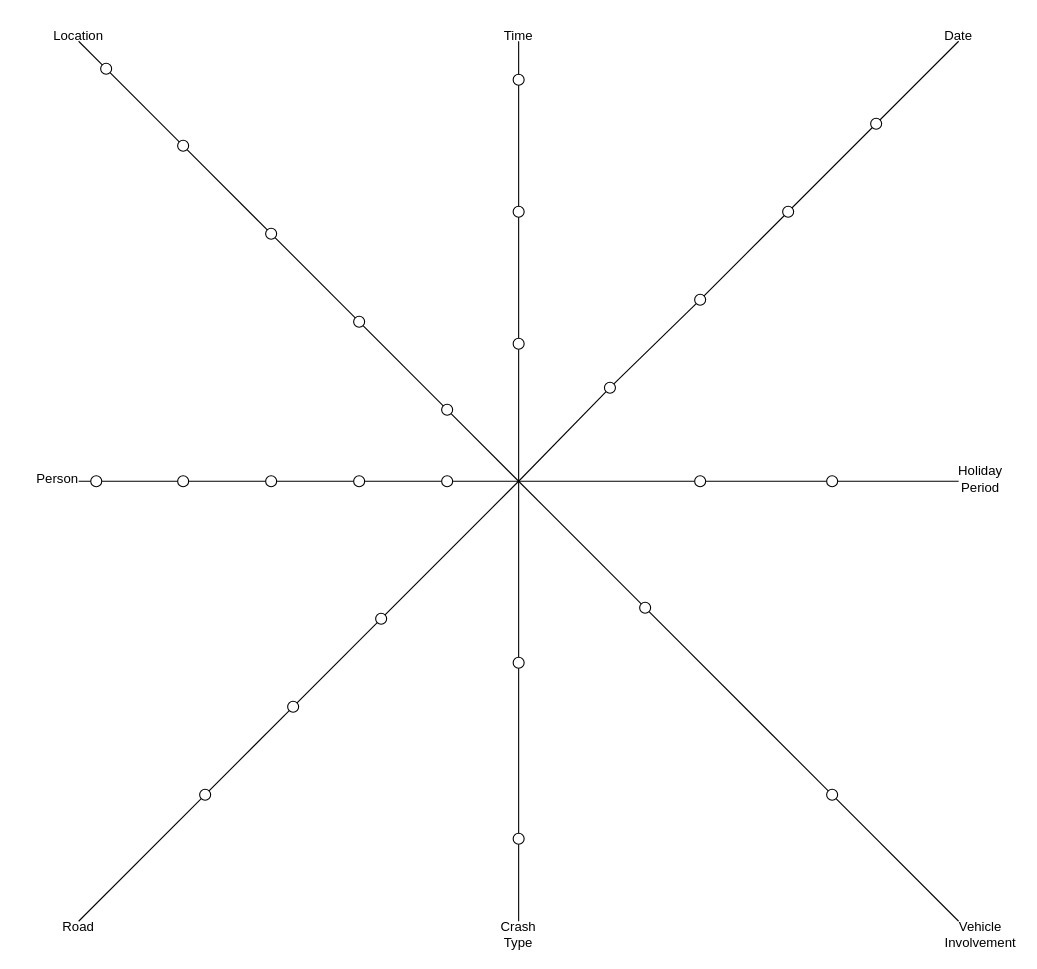
Earlier version of the draw.io diagram Starnet Diagram 2.drawio (NekoTRSH/Drawing). Source tidied: cells renumbered, new cells numbered last; positions are measured from the earlier drawing's top-left corner, leaving out a move shared by most shapes. Both pictures are drawn from the tidied source at 110%, with x=0, y=0 at pixel (24, 19).
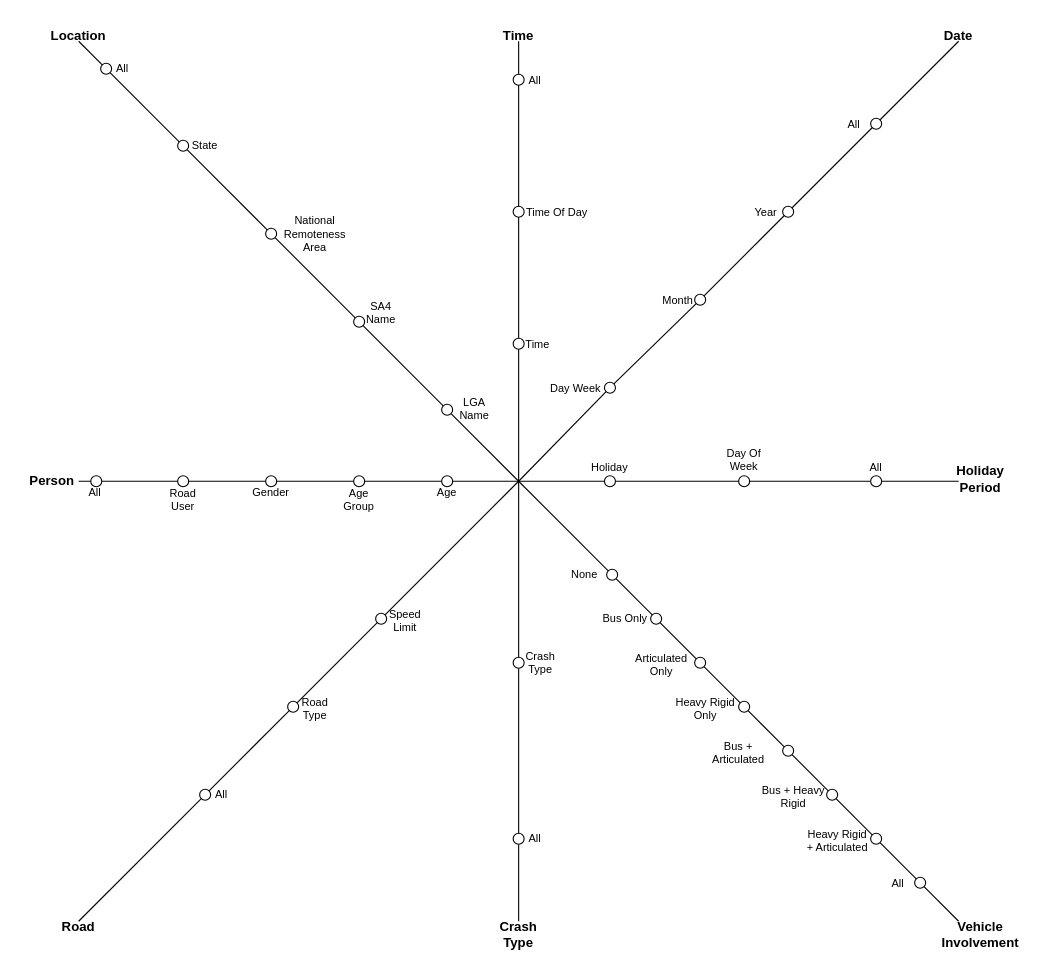
The same page after the edit.

What changed in the source:
```diff
@@
-    <mxCell id="4" style="endArrow=none;html=1;rounded=0;" parent="1" edge="1" source="29">
+    <mxCell id="4" style="endArrow=none;html=1;rounded=0;" parent="1" edge="1" source="65">
       <mxGeometry relative="1" as="geometry">
         <mxPoint x="449" y="420" as="targetPoint" />
       </mxGeometry>
     </mxCell>
@@
-    <mxCell id="8" style="endArrow=none;html=1;rounded=0;" parent="1" edge="1" source="33">
+    <mxCell id="8" style="endArrow=none;html=1;rounded=0;" parent="1" edge="1" source="81">
       <mxGeometry relative="1" as="geometry">
         <mxPoint x="449" y="420" as="targetPoint" />
       </mxGeometry>
     </mxCell>
@@
-    <mxCell id="10" value="Time" style="text;html=1;align=center;verticalAlign=middle;whiteSpace=wrap;rounded=0;" parent="1" vertex="1">
+    <mxCell id="10" value="Time" style="text;html=1;align=center;verticalAlign=middle;whiteSpace=wrap;rounded=0;fontStyle=1;" parent="1" vertex="1">
       <mxGeometry x="419" width="60" height="30" as="geometry" />
     </mxCell>
-    <mxCell id="11" value="Date" style="text;html=1;align=center;verticalAlign=middle;whiteSpace=wrap;rounded=0;" parent="1" vertex="1">
+    <mxCell id="11" value="Date" style="text;html=1;align=center;verticalAlign=middle;whiteSpace=wrap;rounded=0;fontStyle=1;" parent="1" vertex="1">
       <mxGeometry x="819" width="60" height="30" as="geometry" />
     </mxCell>
-    <mxCell id="12" value="Location" style="text;html=1;align=center;verticalAlign=middle;whiteSpace=wrap;rounded=0;" parent="1" vertex="1">
+    <mxCell id="12" value="Location" style="text;html=1;align=center;verticalAlign=middle;whiteSpace=wrap;rounded=0;fontStyle=1;" parent="1" vertex="1">
       <mxGeometry x="19" width="60" height="30" as="geometry" />
     </mxCell>
-    <mxCell id="13" value="Person" style="text;html=1;align=center;verticalAlign=middle;whiteSpace=wrap;rounded=0;" parent="1" vertex="1">
-      <mxGeometry y="403" width="60" height="30" as="geometry" />
+    <mxCell id="13" value="Person" style="text;html=1;align=center;verticalAlign=middle;whiteSpace=wrap;rounded=0;fontStyle=1;" parent="1" vertex="1">
+      <mxGeometry x="-5" y="405" width="60" height="30" as="geometry" />
     </mxCell>
-    <mxCell id="14" value="Road" style="text;html=1;align=center;verticalAlign=middle;whiteSpace=wrap;rounded=0;" parent="1" vertex="1">
+    <mxCell id="14" value="Road" style="text;html=1;align=center;verticalAlign=middle;whiteSpace=wrap;rounded=0;fontStyle=1;" parent="1" vertex="1">
       <mxGeometry x="19" y="810" width="60" height="30" as="geometry" />
     </mxCell>
-    <mxCell id="15" value="Crash Type" style="text;html=1;align=center;verticalAlign=middle;whiteSpace=wrap;rounded=0;" parent="1" vertex="1">
+    <mxCell id="15" value="Crash Type" style="text;html=1;align=center;verticalAlign=middle;whiteSpace=wrap;rounded=0;fontStyle=1;" parent="1" vertex="1">
       <mxGeometry x="419" y="817" width="60" height="30" as="geometry" />
     </mxCell>
-    <mxCell id="16" value="Vehicle Involvement" style="text;html=1;align=center;verticalAlign=middle;whiteSpace=wrap;rounded=0;" parent="1" vertex="1">
+    <mxCell id="16" value="Vehicle Involvement" style="text;html=1;align=center;verticalAlign=middle;whiteSpace=wrap;rounded=0;fontStyle=1;" parent="1" vertex="1">
       <mxGeometry x="839" y="817" width="60" height="30" as="geometry" />
     </mxCell>
-    <mxCell id="17" value="Holiday Period" style="text;html=1;align=center;verticalAlign=middle;whiteSpace=wrap;rounded=0;" parent="1" vertex="1">
+    <mxCell id="17" value="Holiday Period" style="text;html=1;align=center;verticalAlign=middle;whiteSpace=wrap;rounded=0;fontStyle=1;" parent="1" vertex="1">
       <mxGeometry x="839" y="403" width="60" height="30" as="geometry" />
     </mxCell>
@@
     <mxCell id="29" style="ellipse;whiteSpace=wrap;html=1;" parent="1" vertex="1">
-      <mxGeometry x="609" y="415" width="10" height="10" as="geometry" />
+      <mxGeometry x="649" y="415" width="10" height="10" as="geometry" />
     </mxCell>
@@
     <mxCell id="31" style="ellipse;whiteSpace=wrap;html=1;" parent="1" vertex="1">
-      <mxGeometry x="729" y="415" width="10" height="10" as="geometry" />
+      <mxGeometry x="769" y="415" width="10" height="10" as="geometry" />
     </mxCell>
-    <mxCell id="32" style="endArrow=none;html=1;rounded=0;" parent="1" edge="1" source="35" target="33">
+    <mxCell id="32" style="endArrow=none;html=1;rounded=0;" parent="1" edge="1" source="74" target="33">
       <mxGeometry relative="1" as="geometry" />
     </mxCell>
     <mxCell id="33" style="ellipse;whiteSpace=wrap;html=1;" parent="1" vertex="1">
-      <mxGeometry x="559" y="530" width="10" height="10" as="geometry" />
+      <mxGeometry x="569" y="540" width="10" height="10" as="geometry" />
     </mxCell>
@@
     <mxCell id="35" style="ellipse;whiteSpace=wrap;html=1;" parent="1" vertex="1">
-      <mxGeometry x="729" y="700" width="10" height="10" as="geometry" />
+      <mxGeometry x="809" y="780" width="10" height="10" as="geometry" />
     </mxCell>
@@
+    <mxCell id="61" value="All" style="text;html=1;align=center;verticalAlign=middle;whiteSpace=wrap;rounded=0;fontSize=10;" parent="1" vertex="1">
+      <mxGeometry x="449" y="50" width="30" height="10" as="geometry" />
+    </mxCell>
+    <mxCell id="62" value="All" style="text;html=1;align=center;verticalAlign=middle;whiteSpace=wrap;rounded=0;fontSize=10;" parent="1" vertex="1">
+      <mxGeometry x="739" y="90" width="30" height="10" as="geometry" />
+    </mxCell>
+    <mxCell id="63" value="All" style="text;html=1;align=center;verticalAlign=middle;whiteSpace=wrap;rounded=0;fontSize=10;" parent="1" vertex="1">
+      <mxGeometry x="759" y="403" width="30" height="7" as="geometry" />
+    </mxCell>
+    <mxCell id="64" style="endArrow=none;html=1;rounded=0;" parent="1" edge="1" source="29" target="65">
+      <mxGeometry relative="1" as="geometry" />
+    </mxCell>
+    <mxCell id="65" style="ellipse;whiteSpace=wrap;html=1;" parent="1" vertex="1">
+      <mxGeometry x="527" y="415" width="10" height="10" as="geometry" />
+    </mxCell>
+    <mxCell id="66" value="All" style="text;html=1;align=center;verticalAlign=middle;whiteSpace=wrap;rounded=0;fontSize=10;" parent="1" vertex="1">
+      <mxGeometry x="779" y="781.5" width="30" height="7" as="geometry" />
+    </mxCell>
+    <mxCell id="67" value="All" style="text;html=1;align=center;verticalAlign=middle;whiteSpace=wrap;rounded=0;fontSize=10;" parent="1" vertex="1">
+      <mxGeometry x="449" y="740" width="30" height="7" as="geometry" />
+    </mxCell>
+    <mxCell id="68" value="All" style="text;html=1;align=center;verticalAlign=middle;whiteSpace=wrap;rounded=0;fontSize=10;" parent="1" vertex="1">
+      <mxGeometry x="164" y="700" width="30" height="7" as="geometry" />
+    </mxCell>
+    <mxCell id="69" value="All" style="text;html=1;align=center;verticalAlign=middle;whiteSpace=wrap;rounded=0;fontSize=10;" parent="1" vertex="1">
+      <mxGeometry x="49" y="426" width="30" height="7" as="geometry" />
+    </mxCell>
+    <mxCell id="70" value="All" style="text;html=1;align=center;verticalAlign=middle;whiteSpace=wrap;rounded=0;fontSize=10;" parent="1" vertex="1">
+      <mxGeometry x="74" y="40" width="30" height="7" as="geometry" />
+    </mxCell>
+    <mxCell id="71" style="endArrow=none;html=1;rounded=0;" parent="1" edge="1" source="77" target="72">
+      <mxGeometry relative="1" as="geometry" />
+    </mxCell>
+    <mxCell id="72" style="ellipse;whiteSpace=wrap;html=1;" parent="1" vertex="1">
+      <mxGeometry x="729" y="700" width="10" height="10" as="geometry" />
+    </mxCell>
+    <mxCell id="73" style="endArrow=none;html=1;rounded=0;" parent="1" edge="1" source="79" target="74">
+      <mxGeometry relative="1" as="geometry" />
+    </mxCell>
+    <mxCell id="74" style="ellipse;whiteSpace=wrap;html=1;" parent="1" vertex="1">
+      <mxGeometry x="649" y="620" width="10" height="10" as="geometry" />
+    </mxCell>
+    <mxCell id="75" style="ellipse;whiteSpace=wrap;html=1;" parent="1" vertex="1">
+      <mxGeometry x="609" y="580" width="10" height="10" as="geometry" />
+    </mxCell>
+    <mxCell id="76" style="endArrow=none;html=1;rounded=0;" parent="1" edge="1" source="35" target="77">
+      <mxGeometry relative="1" as="geometry" />
+    </mxCell>
+    <mxCell id="77" style="ellipse;whiteSpace=wrap;html=1;" parent="1" vertex="1">
+      <mxGeometry x="769" y="740" width="10" height="10" as="geometry" />
+    </mxCell>
+    <mxCell id="78" style="endArrow=none;html=1;rounded=0;" parent="1" edge="1" source="72" target="79">
+      <mxGeometry relative="1" as="geometry" />
+    </mxCell>
+    <mxCell id="79" style="ellipse;whiteSpace=wrap;html=1;" parent="1" vertex="1">
+      <mxGeometry x="689" y="660" width="10" height="10" as="geometry" />
+    </mxCell>
+    <mxCell id="80" style="endArrow=none;html=1;rounded=0;" parent="1" edge="1" source="33" target="81">
+      <mxGeometry relative="1" as="geometry" />
+    </mxCell>
+    <mxCell id="81" style="ellipse;whiteSpace=wrap;html=1;" parent="1" vertex="1">
+      <mxGeometry x="529" y="500" width="10" height="10" as="geometry" />
+    </mxCell>
+    <mxCell id="82" value="Heavy Rigid + Articulated" style="text;html=1;align=center;verticalAlign=middle;whiteSpace=wrap;rounded=0;fontSize=10;" parent="1" vertex="1">
+      <mxGeometry x="709" y="743" width="60" height="7" as="geometry" />
+    </mxCell>
+    <mxCell id="83" value="Bus + Heavy Rigid" style="text;html=1;align=center;verticalAlign=middle;whiteSpace=wrap;rounded=0;fontSize=10;" parent="1" vertex="1">
+      <mxGeometry x="669" y="703" width="60" height="7" as="geometry" />
+    </mxCell>
+    <mxCell id="84" value="Bus + Articulated" style="text;html=1;align=center;verticalAlign=middle;whiteSpace=wrap;rounded=0;fontSize=10;" parent="1" vertex="1">
+      <mxGeometry x="619" y="663" width="60" height="7" as="geometry" />
+    </mxCell>
+    <mxCell id="85" value="Heavy Rigid Only" style="text;html=1;align=center;verticalAlign=middle;whiteSpace=wrap;rounded=0;fontSize=10;" parent="1" vertex="1">
+      <mxGeometry x="589" y="623" width="60" height="7" as="geometry" />
+    </mxCell>
+    <mxCell id="86" value="Articulated Only" style="text;html=1;align=center;verticalAlign=middle;whiteSpace=wrap;rounded=0;fontSize=10;" parent="1" vertex="1">
+      <mxGeometry x="549" y="583" width="60" height="7" as="geometry" />
+    </mxCell>
+    <mxCell id="87" value="Bus Only" style="text;html=1;align=center;verticalAlign=middle;whiteSpace=wrap;rounded=0;fontSize=10;" parent="1" vertex="1">
+      <mxGeometry x="516" y="540" width="60" height="7" as="geometry" />
+    </mxCell>
+    <mxCell id="88" value="None" style="text;html=1;align=center;verticalAlign=middle;whiteSpace=wrap;rounded=0;fontSize=10;" parent="1" vertex="1">
+      <mxGeometry x="479" y="500" width="60" height="7" as="geometry" />
+    </mxCell>
+    <mxCell id="89" value="Crash Type" style="text;html=1;align=center;verticalAlign=middle;whiteSpace=wrap;rounded=0;fontSize=10;" parent="1" vertex="1">
+      <mxGeometry x="454" y="581.5" width="30" height="7" as="geometry" />
+    </mxCell>
+    <mxCell id="90" value="Road Type" style="text;html=1;align=center;verticalAlign=middle;whiteSpace=wrap;rounded=0;fontSize=10;" parent="1" vertex="1">
+      <mxGeometry x="249" y="623" width="30" height="7" as="geometry" />
+    </mxCell>
+    <mxCell id="91" value="Speed Limit" style="text;html=1;align=center;verticalAlign=middle;whiteSpace=wrap;rounded=0;fontSize=10;" parent="1" vertex="1">
+      <mxGeometry x="331" y="543" width="30" height="7" as="geometry" />
+    </mxCell>
+    <mxCell id="92" value="Road User" style="text;html=1;align=center;verticalAlign=middle;whiteSpace=wrap;rounded=0;fontSize=10;" parent="1" vertex="1">
+      <mxGeometry x="129" y="433" width="30" height="7" as="geometry" />
+    </mxCell>
+    <mxCell id="93" value="Age" style="text;html=1;align=center;verticalAlign=middle;whiteSpace=wrap;rounded=0;fontSize=10;" parent="1" vertex="1">
+      <mxGeometry x="369" y="426" width="30" height="7" as="geometry" />
+    </mxCell>
+    <mxCell id="94" value="Age Group" style="text;html=1;align=center;verticalAlign=middle;whiteSpace=wrap;rounded=0;fontSize=10;" parent="1" vertex="1">
+      <mxGeometry x="289" y="433" width="30" height="7" as="geometry" />
+    </mxCell>
+    <mxCell id="95" value="Gender" style="text;html=1;align=center;verticalAlign=middle;whiteSpace=wrap;rounded=0;fontSize=10;" parent="1" vertex="1">
+      <mxGeometry x="209" y="426" width="30" height="7" as="geometry" />
+    </mxCell>
+    <mxCell id="96" value="State" style="text;html=1;align=center;verticalAlign=middle;whiteSpace=wrap;rounded=0;fontSize=10;" parent="1" vertex="1">
+      <mxGeometry x="149" y="110" width="30" height="7" as="geometry" />
+    </mxCell>
+    <mxCell id="97" value="National Remoteness Area" style="text;html=1;align=center;verticalAlign=middle;whiteSpace=wrap;rounded=0;fontSize=10;" parent="1" vertex="1">
+      <mxGeometry x="249" y="191.5" width="30" height="7" as="geometry" />
+    </mxCell>
+    <mxCell id="98" value="SA4 Name" style="text;html=1;align=center;verticalAlign=middle;whiteSpace=wrap;rounded=0;fontSize=10;" parent="1" vertex="1">
+      <mxGeometry x="309" y="263" width="30" height="7" as="geometry" />
+    </mxCell>
+    <mxCell id="99" value="LGA Name" style="text;html=1;align=center;verticalAlign=middle;whiteSpace=wrap;rounded=0;fontSize=10;" parent="1" vertex="1">
+      <mxGeometry x="394" y="350" width="30" height="7" as="geometry" />
+    </mxCell>
+    <mxCell id="100" value="Time Of Day" style="text;html=1;align=center;verticalAlign=middle;whiteSpace=wrap;rounded=0;fontSize=10;" parent="1" vertex="1">
+      <mxGeometry x="444" y="170" width="80" height="10" as="geometry" />
+    </mxCell>
+    <mxCell id="101" value="Time" style="text;html=1;align=center;verticalAlign=middle;whiteSpace=wrap;rounded=0;fontSize=10;" parent="1" vertex="1">
+      <mxGeometry x="444" y="290" width="45" height="10" as="geometry" />
+    </mxCell>
+    <mxCell id="102" value="Year" style="text;html=1;align=center;verticalAlign=middle;whiteSpace=wrap;rounded=0;fontSize=10;" parent="1" vertex="1">
+      <mxGeometry x="659" y="170" width="30" height="10" as="geometry" />
+    </mxCell>
+    <mxCell id="103" value="Month" style="text;html=1;align=center;verticalAlign=middle;whiteSpace=wrap;rounded=0;fontSize=10;" parent="1" vertex="1">
+      <mxGeometry x="579" y="250" width="30" height="10" as="geometry" />
+    </mxCell>
+    <mxCell id="104" value="Day Week" style="text;html=1;align=center;verticalAlign=middle;whiteSpace=wrap;rounded=0;fontSize=10;" parent="1" vertex="1">
+      <mxGeometry x="471" y="330" width="60" height="10" as="geometry" />
+    </mxCell>
+    <mxCell id="105" value="Day Of Week" style="text;html=1;align=center;verticalAlign=middle;whiteSpace=wrap;rounded=0;fontSize=10;" parent="1" vertex="1">
+      <mxGeometry x="624" y="396" width="60" height="7" as="geometry" />
+    </mxCell>
+    <mxCell id="106" value="Holiday" style="text;html=1;align=center;verticalAlign=middle;whiteSpace=wrap;rounded=0;fontSize=10;" parent="1" vertex="1">
+      <mxGeometry x="502" y="403" width="60" height="7" as="geometry" />
+    </mxCell>
```
